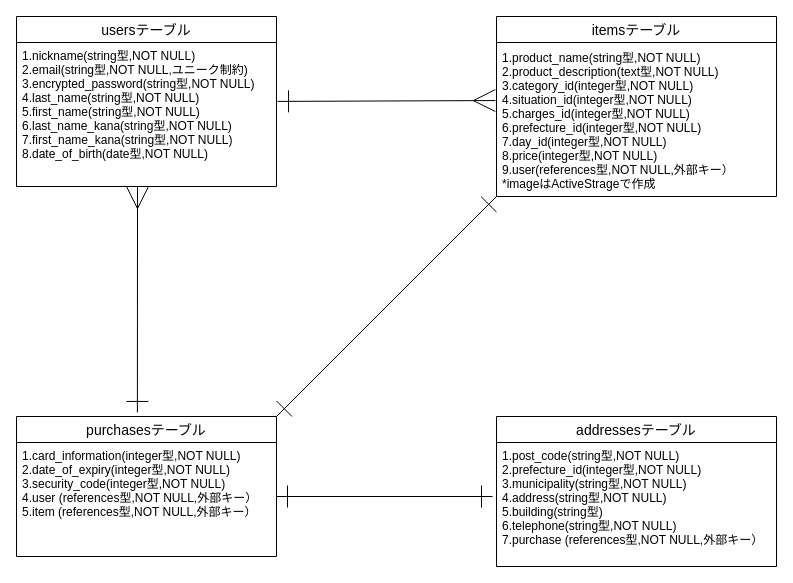
Before: ER.dio in tyomo-kei/furima-37471, a draw.io diagram. Source tidied: cells renumbered, new cells numbered last; positions are measured from the earlier drawing's top-left corner, leaving out a move shared by most shapes. Both pictures are drawn from the tidied source at 100%, with x=0, y=0 at pixel (16, 16).
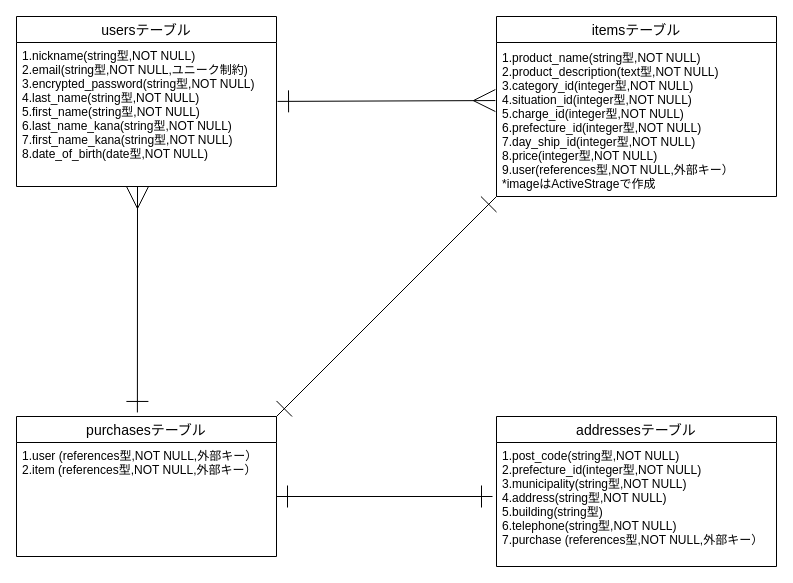
Above is the later version.

Commit message (it also covers changes not shown here):
READMEの各テーブルのアソシエーションを修正、purchasesテーブルのカード情報を削除

What changed in the source:
```diff
@@
 <mxGraphModel>
   <root>
     <mxCell id="0" />
     <mxCell id="1" parent="0" />
     <mxCell id="2" value="usersテーブル" style="swimlane;fontStyle=0;horizontal=1;startSize=26;align=center;fontSize=14;" parent="1" vertex="1">
       <mxGeometry width="260" height="170" as="geometry" />
     </mxCell>
     <mxCell id="3" value="1.nickname(string型,NOT NULL)&#10;2.email(string型,NOT NULL,ユニーク制約)&#10;3.encrypted_password(string型,NOT NULL)&#10;4.last_name(string型,NOT NULL)&#10;5.first_name(string型,NOT NULL)&#10;6.last_name_kana(string型,NOT NULL)&#10;7.first_name_kana(string型,NOT NULL)&#10;8.date_of_birth(date型,NOT NULL)" style="text;strokeColor=none;fillColor=none;spacingLeft=4;spacingRight=4;overflow=hidden;points=[[0,0.5],[1,0.5]];portConstraint=eastwest;fontSize=12;" parent="2" vertex="1">
       <mxGeometry y="26" width="260" height="144" as="geometry" />
     </mxCell>
     <mxCell id="4" value="itemsテーブル" style="swimlane;fontStyle=0;horizontal=1;startSize=26;align=center;fontSize=14;" parent="1" vertex="1">
       <mxGeometry x="480" width="280" height="180" as="geometry" />
     </mxCell>
     <mxCell id="5" style="edgeStyle=none;html=1;endArrow=ERmany;endFill=0;endSize=20;startArrow=ERone;startFill=0;jumpSize=6;startSize=20;exitX=0.465;exitY=-0.029;exitDx=0;exitDy=0;exitPerimeter=0;" parent="1" edge="1" source="6">
       <mxGeometry relative="1" as="geometry">
         <mxPoint x="121" y="170" as="targetPoint" />
       </mxGeometry>
     </mxCell>
     <mxCell id="6" value="purchasesテーブル" style="swimlane;fontStyle=0;horizontal=1;startSize=26;align=center;fontSize=14;" parent="1" vertex="1">
       <mxGeometry y="400" width="260" height="140" as="geometry" />
     </mxCell>
-    <mxCell id="7" value="1.card_information(integer型,NOT NULL)&#10;2.date_of_expiry(integer型,NOT NULL)&#10;3.security_code(integer型,NOT NULL)&#10;4.user (references型,NOT NULL,外部キー）&#10;5.item (references型,NOT NULL,外部キー）" style="text;strokeColor=none;fillColor=none;spacingLeft=4;spacingRight=4;overflow=hidden;fontSize=12;" parent="6" vertex="1">
+    <mxCell id="7" value="1.user (references型,NOT NULL,外部キー）&#10;2.item (references型,NOT NULL,外部キー）" style="text;strokeColor=none;fillColor=none;spacingLeft=4;spacingRight=4;overflow=hidden;fontSize=12;" parent="6" vertex="1">
       <mxGeometry y="26" width="260" height="114" as="geometry" />
     </mxCell>
     <mxCell id="8" value="addressesテーブル" style="swimlane;fontStyle=0;horizontal=1;startSize=26;align=center;fontSize=14;" parent="1" vertex="1">
       <mxGeometry x="480" y="400" width="280" height="150" as="geometry" />
     </mxCell>
     <mxCell id="9" value="1.post_code(string型,NOT NULL)&#10;2.prefecture_id(integer型,NOT NULL)&#10;3.municipality(string型,NOT NULL)&#10;4.address(string型,NOT NULL)&#10;5.building(string型)&#10;6.telephone(string型,NOT NULL)&#10;7.purchase (references型,NOT NULL,外部キー）" style="text;strokeColor=none;fillColor=none;spacingLeft=4;spacingRight=4;overflow=hidden;fontSize=12;" parent="8" vertex="1">
       <mxGeometry y="26" width="280" height="124" as="geometry" />
     </mxCell>
     <mxCell id="10" style="edgeStyle=none;html=1;endArrow=ERmany;endFill=0;endSize=20;entryX=-0.004;entryY=0.364;entryDx=0;entryDy=0;entryPerimeter=0;startArrow=ERone;startFill=0;startSize=20;exitX=1.004;exitY=0.409;exitDx=0;exitDy=0;exitPerimeter=0;" parent="1" edge="1" source="3" target="12">
       <mxGeometry relative="1" as="geometry" />
     </mxCell>
     <mxCell id="11" style="edgeStyle=none;html=1;entryX=0;entryY=1;entryDx=0;entryDy=0;endArrow=ERone;endFill=0;endSize=20;exitX=1;exitY=0;exitDx=0;exitDy=0;startArrow=ERone;startFill=0;startSize=20;sourcePerimeterSpacing=40;" parent="1" edge="1" source="6" target="4">
       <mxGeometry relative="1" as="geometry" />
     </mxCell>
-    <mxCell id="12" value="1.product_name(string型,NOT NULL)&#10;2.product_description(text型,NOT NULL)&#10;3.category_id(integer型,NOT NULL)&#10;4.situation_id(integer型,NOT NULL)&#10;5.charges_id(integer型,NOT NULL)&#10;6.prefecture_id(integer型,NOT NULL)&#10;7.day_id(integer型,NOT NULL)&#10;8.price(integer型,NOT NULL)&#10;9.user(references型,NOT NULL,外部キー）&#10;*imageはActiveStrageで作成" style="text;strokeColor=none;fillColor=none;spacingLeft=4;spacingRight=4;overflow=hidden;points=[[0,0.5],[1,0.5]];portConstraint=eastwest;fontSize=12;" parent="1" vertex="1">
+    <mxCell id="12" value="1.product_name(string型,NOT NULL)&#10;2.product_description(text型,NOT NULL)&#10;3.category_id(integer型,NOT NULL)&#10;4.situation_id(integer型,NOT NULL)&#10;5.charge_id(integer型,NOT NULL)&#10;6.prefecture_id(integer型,NOT NULL)&#10;7.day_ship_id(integer型,NOT NULL)&#10;8.price(integer型,NOT NULL)&#10;9.user(references型,NOT NULL,外部キー）&#10;*imageはActiveStrageで作成" style="text;strokeColor=none;fillColor=none;spacingLeft=4;spacingRight=4;overflow=hidden;points=[[0,0.5],[1,0.5]];portConstraint=eastwest;fontSize=12;" parent="1" vertex="1">
       <mxGeometry x="480" y="28" width="280" height="154" as="geometry" />
     </mxCell>
     <mxCell id="13" style="edgeStyle=none;html=1;endArrow=ERone;endFill=0;endSize=20;startArrow=ERone;startFill=0;startSize=20;" parent="1" edge="1">
       <mxGeometry relative="1" as="geometry">
         <mxPoint x="476" y="480" as="sourcePoint" />
         <mxPoint x="260" y="480" as="targetPoint" />
       </mxGeometry>
     </mxCell>
   </root>
 </mxGraphModel>
```
